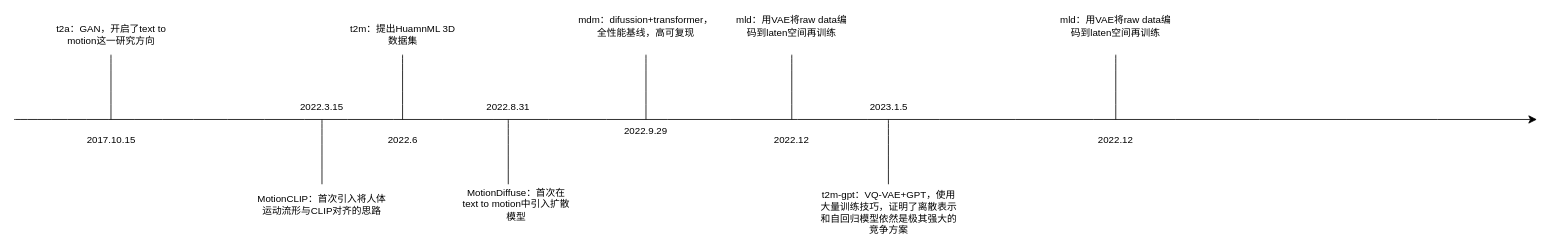
Before: 时间流程图t2m.drawio in 177-Liukuan/algorithm, a draw.io diagram. Source tidied: cells renumbered, new cells numbered last; positions are measured from the earlier drawing's top-left corner, leaving out a move shared by most shapes. Both pictures are drawn from the tidied source at 81%, with x=0, y=0 at pixel (14, 14).
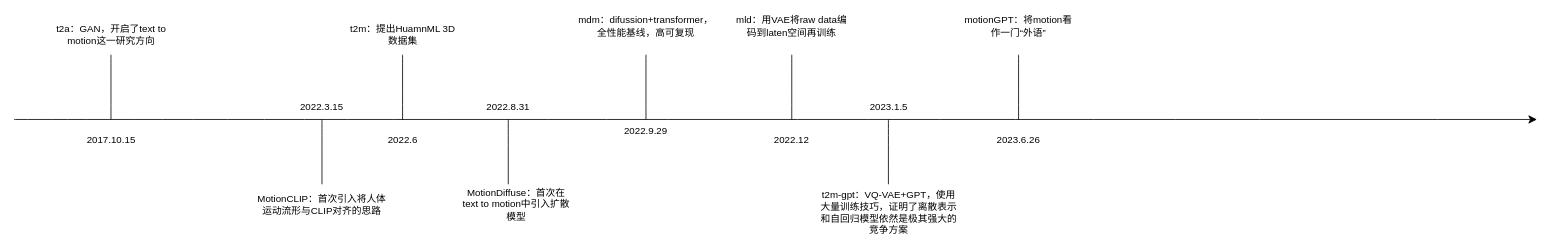
Above is the later version.

Commit message:
更新时间流程图t2m.drawio

Diff of the diagram source:
```diff
@@
     <mxCell id="15" style="endArrow=none;html=1;rounded=0;fontSize=12;startSize=8;endSize=8;curved=1;" parent="1" edge="1">
       <mxGeometry relative="1" as="geometry">
-        <mxPoint x="1360" y="50" as="sourcePoint" />
-        <mxPoint x="1360" y="130" as="targetPoint" />
+        <mxPoint x="1240" y="50" as="sourcePoint" />
+        <mxPoint x="1240" y="130" as="targetPoint" />
       </mxGeometry>
     </mxCell>
-    <mxCell id="16" value="2022.12" style="text;html=1;whiteSpace=wrap;strokeColor=none;fillColor=none;align=center;verticalAlign=middle;rounded=0;" parent="1" vertex="1">
-      <mxGeometry x="1330" y="140" width="60" height="30" as="geometry" />
+    <mxCell id="16" value="2023.6.26" style="text;html=1;whiteSpace=wrap;strokeColor=none;fillColor=none;align=center;verticalAlign=middle;rounded=0;" parent="1" vertex="1">
+      <mxGeometry x="1210" y="140" width="60" height="30" as="geometry" />
     </mxCell>
-    <mxCell id="17" value="mld：用VAE将raw data编码到laten空间再训练" style="text;html=1;whiteSpace=wrap;strokeColor=none;fillColor=none;align=center;verticalAlign=middle;rounded=0;" parent="1" vertex="1">
-      <mxGeometry x="1290" width="140" height="30" as="geometry" />
+    <mxCell id="17" value="motionGPT：将motion看作一门“外语&lt;span style=&quot;background-color: transparent; color: light-dark(rgb(0, 0, 0), rgb(255, 255, 255));&quot;&gt;”&lt;/span&gt;" style="text;html=1;whiteSpace=wrap;strokeColor=none;fillColor=none;align=center;verticalAlign=middle;rounded=0;" parent="1" vertex="1">
+      <mxGeometry x="1170" width="140" height="30" as="geometry" />
     </mxCell>
```
